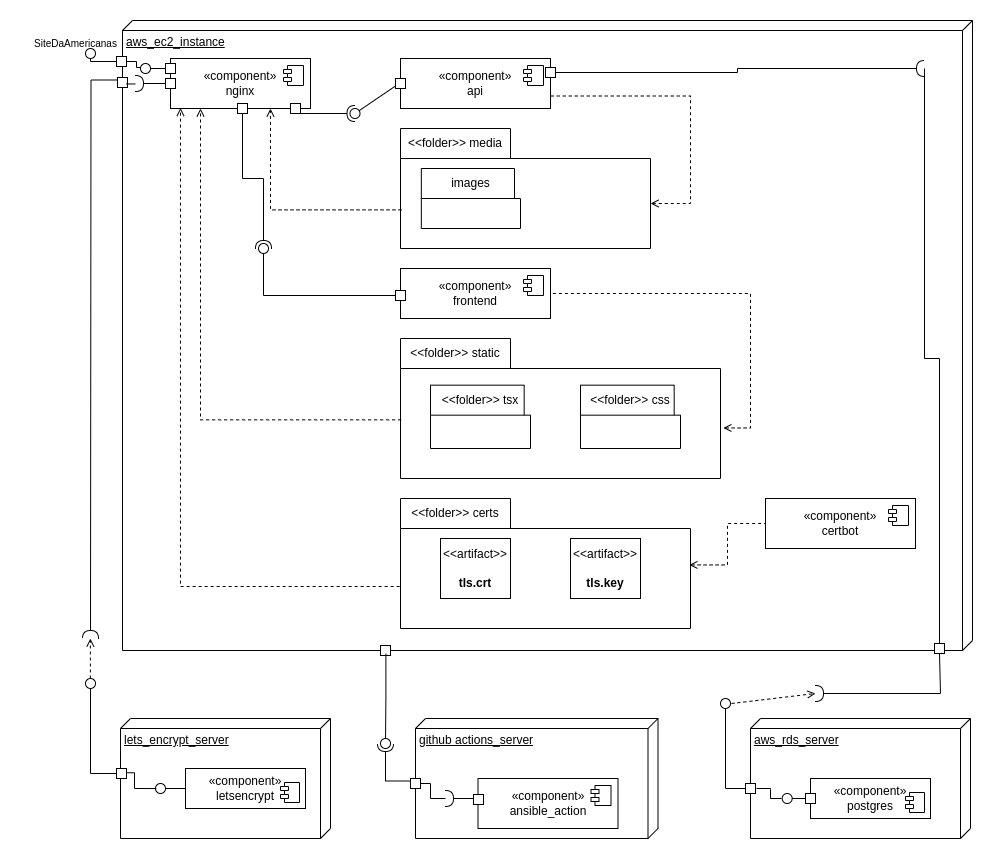
Earlier version of the draw.io export docs/img/diagrama_de_componentes.png (UnBArqDsw2023-2/2023.2_G5_ProjetoAmericanas). Source tidied: cells renumbered, new cells last; positions are measured from the earlier drawing's top-left corner, leaving out a move shared by most shapes.
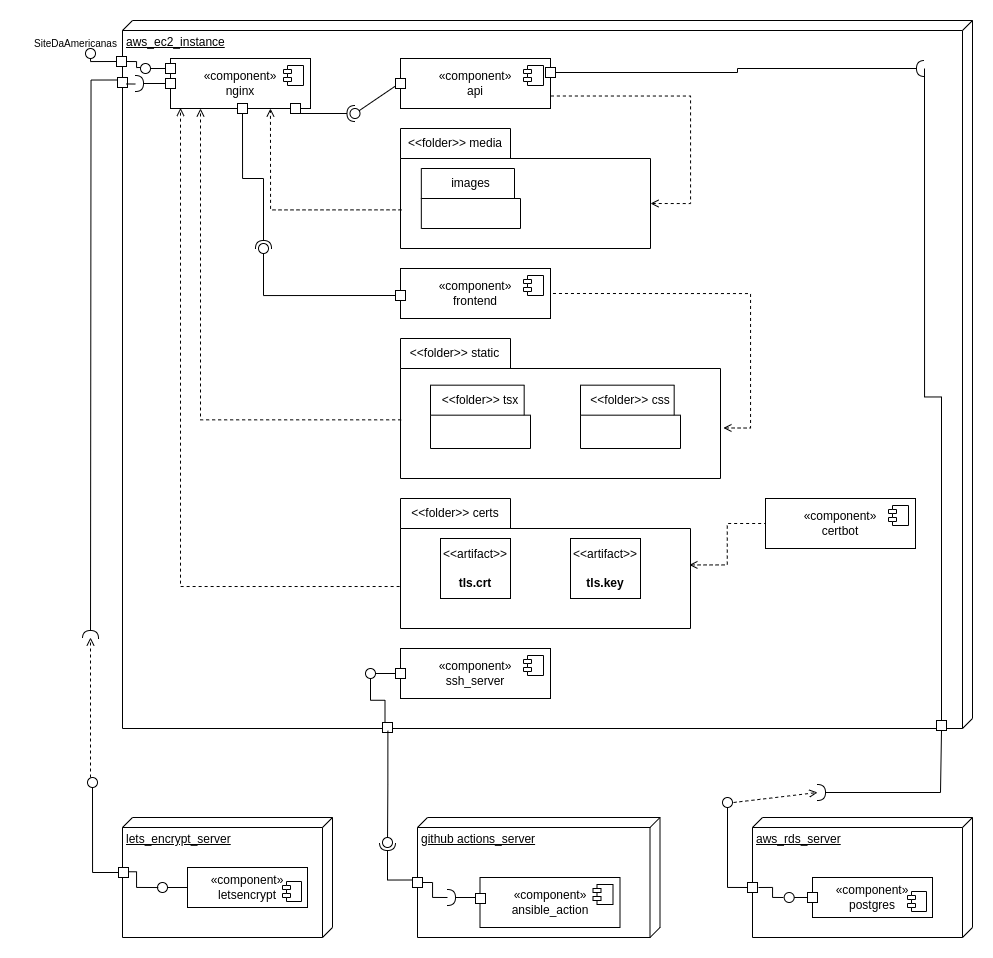
The same file after the commit.

Commit message:
Adicionar servidor SSH ao diagrama de componentes

Change to the diagram source:
```diff
@@ -3,7 +3,7 @@
     <mxCell id="0" />
     <mxCell id="1" parent="0" />
     <mxCell id="2" value="aws_ec2_instance" style="verticalAlign=top;align=left;spacingTop=8;spacingLeft=2;spacingRight=12;shape=cube;size=10;direction=south;fontStyle=4;html=1;whiteSpace=wrap;" parent="1" vertex="1">
-      <mxGeometry x="102" width="850" height="630" as="geometry" />
+      <mxGeometry x="102" width="850" height="708" as="geometry" />
     </mxCell>
     <mxCell id="3" value="«component»&lt;br&gt;nginx" style="html=1;whiteSpace=wrap;" parent="1" vertex="1">
       <mxGeometry x="150" y="38" width="140" height="50" as="geometry" />
@@ -30,10 +30,10 @@
       </mxGeometry>
     </mxCell>
     <mxCell id="9" value="github actions_server" style="verticalAlign=top;align=left;spacingTop=8;spacingLeft=2;spacingRight=12;shape=cube;size=10;direction=south;fontStyle=4;html=1;whiteSpace=wrap;" parent="1" vertex="1">
-      <mxGeometry x="395" y="698" width="242.5" height="120" as="geometry" />
+      <mxGeometry x="397" y="797" width="242.5" height="120" as="geometry" />
     </mxCell>
     <mxCell id="10" value="«component»&lt;br style=&quot;border-color: var(--border-color);&quot;&gt;ansible_action" style="html=1;whiteSpace=wrap;" parent="1" vertex="1">
-      <mxGeometry x="457.5" y="758" width="140" height="50" as="geometry" />
+      <mxGeometry x="459.5" y="857" width="140" height="50" as="geometry" />
     </mxCell>
     <mxCell id="11" style="shape=module;jettyWidth=8;jettyHeight=4;" parent="10" vertex="1">
       <mxGeometry x="1" width="20" height="20" relative="1" as="geometry">
@@ -41,10 +41,10 @@
       </mxGeometry>
     </mxCell>
     <mxCell id="12" value="aws_rds_server" style="verticalAlign=top;align=left;spacingTop=8;spacingLeft=2;spacingRight=12;shape=cube;size=10;direction=south;fontStyle=4;html=1;whiteSpace=wrap;" parent="1" vertex="1">
-      <mxGeometry x="730" y="698" width="220" height="120" as="geometry" />
+      <mxGeometry x="732" y="797" width="220" height="120" as="geometry" />
     </mxCell>
     <mxCell id="13" value="«component»&lt;br&gt;postgres" style="html=1;whiteSpace=wrap;" parent="1" vertex="1">
-      <mxGeometry x="790" y="758" width="120" height="40" as="geometry" />
+      <mxGeometry x="792" y="857" width="120" height="40" as="geometry" />
     </mxCell>
     <mxCell id="14" style="shape=module;jettyWidth=8;jettyHeight=4;" parent="13" vertex="1">
       <mxGeometry x="1" width="19" height="20" relative="1" as="geometry">
@@ -84,10 +84,10 @@
       </mxGeometry>
     </mxCell>
     <mxCell id="23" value="lets_encrypt_server" style="verticalAlign=top;align=left;spacingTop=8;spacingLeft=2;spacingRight=12;shape=cube;size=10;direction=south;fontStyle=4;html=1;whiteSpace=wrap;" parent="1" vertex="1">
-      <mxGeometry x="100" y="698" width="210" height="120" as="geometry" />
+      <mxGeometry x="102" y="797" width="210" height="120" as="geometry" />
     </mxCell>
     <mxCell id="24" value="«component»&lt;br&gt;letsencrypt" style="html=1;whiteSpace=wrap;" parent="1" vertex="1">
-      <mxGeometry x="165" y="748" width="120" height="40" as="geometry" />
+      <mxGeometry x="167" y="847" width="120" height="40" as="geometry" />
     </mxCell>
     <mxCell id="25" style="shape=module;jettyWidth=8;jettyHeight=4;" parent="24" vertex="1">
       <mxGeometry x="1" width="19" height="20" relative="1" as="geometry">
@@ -137,19 +137,19 @@
       <mxGeometry x="375" y="270" width="10" height="10" as="geometry" />
     </mxCell>
     <mxCell id="38" style="whiteSpace=wrap;html=1;" parent="1" vertex="1">
-      <mxGeometry x="96" y="748" width="10" height="10" as="geometry" />
+      <mxGeometry x="98" y="847" width="10" height="10" as="geometry" />
     </mxCell>
     <mxCell id="39" style="whiteSpace=wrap;html=1;" parent="1" vertex="1">
-      <mxGeometry x="725" y="763" width="10" height="10" as="geometry" />
+      <mxGeometry x="727" y="862" width="10" height="10" as="geometry" />
     </mxCell>
     <mxCell id="40" style="whiteSpace=wrap;html=1;" parent="1" vertex="1">
-      <mxGeometry x="390" y="758" width="10" height="10" as="geometry" />
+      <mxGeometry x="392" y="857" width="10" height="10" as="geometry" />
     </mxCell>
     <mxCell id="41" style="whiteSpace=wrap;html=1;" parent="1" vertex="1">
       <mxGeometry x="145" y="58" width="10" height="10" as="geometry" />
     </mxCell>
     <mxCell id="42" style="whiteSpace=wrap;html=1;" parent="1" vertex="1">
-      <mxGeometry x="914" y="623" width="10" height="10" as="geometry" />
+      <mxGeometry x="916" y="700" width="10" height="10" as="geometry" />
     </mxCell>
     <mxCell id="43" style="rounded=0;jettySize=auto;html=1;endArrow=halfCircle;endFill=0;endSize=6;strokeWidth=1;sketch=0;exitX=0.75;exitY=1;exitDx=0;exitDy=0;" parent="1" edge="1" source="34" target="45">
       <mxGeometry relative="1" as="geometry" />
@@ -197,19 +197,19 @@
       <mxGeometry relative="1" as="geometry" />
     </mxCell>
     <mxCell id="58" style="ellipse;whiteSpace=wrap;html=1;align=center;fillColor=none;strokeColor=none;perimeter=centerPerimeter;points=[];outlineConnect=1;" parent="1" vertex="1">
-      <mxGeometry x="700" y="678" width="10" height="10" as="geometry" />
+      <mxGeometry x="702" y="777" width="10" height="10" as="geometry" />
     </mxCell>
     <mxCell id="59" style="whiteSpace=wrap;html=1;" parent="1" vertex="1">
-      <mxGeometry x="785" y="773" width="10" height="10" as="geometry" />
+      <mxGeometry x="787" y="872" width="10" height="10" as="geometry" />
     </mxCell>
     <mxCell id="60" style="rounded=0;jettySize=auto;html=1;endArrow=oval;endFill=0;sketch=0;sourcePerimeterSpacing=0;targetPerimeterSpacing=0;endSize=10;exitX=0;exitY=0.5;exitDx=0;exitDy=0;" parent="1" edge="1" source="59" target="61">
       <mxGeometry relative="1" as="geometry" />
     </mxCell>
     <mxCell id="61" style="ellipse;whiteSpace=wrap;html=1;align=center;fillColor=none;strokeColor=none;perimeter=centerPerimeter;points=[];outlineConnect=1;" parent="1" vertex="1">
-      <mxGeometry x="761.7" y="773" width="10" height="10" as="geometry" />
+      <mxGeometry x="763.7" y="872" width="10" height="10" as="geometry" />
     </mxCell>
     <mxCell id="62" style="whiteSpace=wrap;html=1;" parent="1" vertex="1">
-      <mxGeometry x="360" y="625" width="10" height="10" as="geometry" />
+      <mxGeometry x="362" y="702" width="10" height="10" as="geometry" />
     </mxCell>
     <mxCell id="63" style="rounded=0;jettySize=auto;html=1;endArrow=halfCircle;endFill=0;endSize=6;strokeWidth=1;sketch=0;exitX=0;exitY=0.25;exitDx=0;exitDy=0;edgeStyle=orthogonalEdgeStyle;" parent="1" edge="1" source="40" target="65">
       <mxGeometry relative="1" as="geometry" />
@@ -218,16 +218,16 @@
       <mxGeometry relative="1" as="geometry" />
     </mxCell>
     <mxCell id="65" style="ellipse;whiteSpace=wrap;html=1;align=center;fillColor=none;strokeColor=none;perimeter=centerPerimeter;points=[];outlineConnect=1;" parent="1" vertex="1">
-      <mxGeometry x="360" y="718" width="10" height="10" as="geometry" />
+      <mxGeometry x="362" y="817" width="10" height="10" as="geometry" />
     </mxCell>
     <mxCell id="66" style="ellipse;whiteSpace=wrap;html=1;align=center;fillColor=none;strokeColor=none;perimeter=centerPerimeter;points=[];outlineConnect=1;" parent="1" vertex="1">
-      <mxGeometry x="420" y="773" width="10" height="10" as="geometry" />
+      <mxGeometry x="422" y="872" width="10" height="10" as="geometry" />
     </mxCell>
     <mxCell id="67" style="endArrow=none;html=1;rounded=0;exitX=1;exitY=0.5;exitDx=0;exitDy=0;entryX=0.286;entryY=0.347;entryDx=0;entryDy=0;entryPerimeter=0;edgeStyle=orthogonalEdgeStyle;" parent="1" edge="1" source="40" target="66">
       <mxGeometry relative="1" as="geometry">
         <Array as="points">
-          <mxPoint x="410" y="763" />
-          <mxPoint x="410" y="778" />
+          <mxPoint x="412" y="862" />
+          <mxPoint x="412" y="877" />
         </Array>
       </mxGeometry>
     </mxCell>
@@ -235,15 +235,15 @@
       <mxGeometry relative="1" as="geometry" />
     </mxCell>
     <mxCell id="69" style="ellipse;whiteSpace=wrap;html=1;align=center;fillColor=none;strokeColor=none;perimeter=centerPerimeter;points=[];outlineConnect=1;" parent="1" vertex="1">
-      <mxGeometry x="135" y="763" width="10" height="10" as="geometry" />
+      <mxGeometry x="137" y="862" width="10" height="10" as="geometry" />
     </mxCell>
     <mxCell id="70" style="endArrow=none;html=1;rounded=0;entryX=1;entryY=0.5;entryDx=0;entryDy=0;edgeStyle=orthogonalEdgeStyle;exitX=0.717;exitY=1.001;exitDx=0;exitDy=0;exitPerimeter=0;" parent="1" edge="1">
       <mxGeometry relative="1" as="geometry">
-        <mxPoint x="135.8" y="768" as="sourcePoint" />
-        <mxPoint x="106" y="752.3" as="targetPoint" />
+        <mxPoint x="137.8" y="867" as="sourcePoint" />
+        <mxPoint x="108" y="851.3" as="targetPoint" />
         <Array as="points">
-          <mxPoint x="114" y="768" />
-          <mxPoint x="114" y="752" />
+          <mxPoint x="116" y="867" />
+          <mxPoint x="116" y="851" />
         </Array>
       </mxGeometry>
     </mxCell>
@@ -256,7 +256,7 @@
       <mxGeometry relative="1" as="geometry" />
     </mxCell>
     <mxCell id="73" style="ellipse;whiteSpace=wrap;html=1;align=center;fillColor=none;strokeColor=none;perimeter=centerPerimeter;points=[];outlineConnect=1;" parent="1" vertex="1">
-      <mxGeometry x="65" y="658" width="10" height="10" as="geometry" />
+      <mxGeometry x="67" y="757" width="10" height="10" as="geometry" />
     </mxCell>
     <mxCell id="74" style="rounded=0;jettySize=auto;html=1;endArrow=halfCircle;endFill=0;endSize=6;strokeWidth=1;sketch=0;fontSize=12;exitX=0;exitY=0.5;exitDx=0;exitDy=0;edgeStyle=orthogonalEdgeStyle;" parent="1" edge="1" source="41" target="75">
       <mxGeometry relative="1" as="geometry" />
@@ -271,15 +271,15 @@
       <mxGeometry relative="1" as="geometry" />
     </mxCell>
     <mxCell id="78" style="whiteSpace=wrap;html=1;" parent="1" vertex="1">
-      <mxGeometry x="453" y="774" width="10" height="10" as="geometry" />
+      <mxGeometry x="455" y="873" width="10" height="10" as="geometry" />
     </mxCell>
     <mxCell id="79" style="rounded=0;jettySize=auto;html=1;endArrow=halfCircle;endFill=0;endSize=6;strokeWidth=1;sketch=0;fontSize=12;curved=1;" parent="1" edge="1" target="66">
       <mxGeometry relative="1" as="geometry">
-        <mxPoint x="453" y="778" as="sourcePoint" />
+        <mxPoint x="455" y="877" as="sourcePoint" />
       </mxGeometry>
     </mxCell>
     <mxCell id="80" style="ellipse;whiteSpace=wrap;html=1;align=center;fillColor=none;strokeColor=none;perimeter=centerPerimeter;" parent="1" vertex="1">
-      <mxGeometry x="428" y="773" width="10" height="10" as="geometry" />
+      <mxGeometry x="430" y="872" width="10" height="10" as="geometry" />
     </mxCell>
     <mxCell id="81" style="whiteSpace=wrap;html=1;" parent="1" vertex="1">
       <mxGeometry x="145" y="43" width="10" height="10" as="geometry" />
@@ -314,34 +314,34 @@
     </mxCell>
     <mxCell id="89" style="endArrow=none;html=1;rounded=0;exitX=1;exitY=0.5;exitDx=0;exitDy=0;edgeStyle=orthogonalEdgeStyle;" parent="1" edge="1">
       <mxGeometry relative="1" as="geometry">
-        <mxPoint x="736" y="768" as="sourcePoint" />
-        <mxPoint x="761" y="778" as="targetPoint" />
+        <mxPoint x="738" y="867" as="sourcePoint" />
+        <mxPoint x="763" y="877" as="targetPoint" />
         <Array as="points">
-          <mxPoint x="750" y="769" />
-          <mxPoint x="750" y="778" />
-          <mxPoint x="762" y="778" />
+          <mxPoint x="752" y="868" />
+          <mxPoint x="752" y="877" />
+          <mxPoint x="764" y="877" />
         </Array>
       </mxGeometry>
     </mxCell>
     <mxCell id="90" style="rounded=0;jettySize=auto;html=1;endArrow=halfCircle;endFill=0;endSize=6;strokeWidth=1;sketch=0;fontSize=12;exitX=0.5;exitY=1;exitDx=0;exitDy=0;edgeStyle=elbowEdgeStyle;" parent="1" edge="1" source="42" target="91">
       <mxGeometry relative="1" as="geometry">
         <Array as="points">
-          <mxPoint x="920" y="648" />
+          <mxPoint x="920" y="768" />
         </Array>
       </mxGeometry>
     </mxCell>
     <mxCell id="91" style="ellipse;whiteSpace=wrap;html=1;align=center;fillColor=none;strokeColor=none;perimeter=centerPerimeter;points=[];outlineConnect=1;" parent="1" vertex="1">
-      <mxGeometry x="790" y="668" width="10" height="10" as="geometry" />
+      <mxGeometry x="792" y="767" width="10" height="10" as="geometry" />
     </mxCell>
     <mxCell id="92" style="endArrow=open;dashed=1;html=1;rounded=0;exitX=1;exitY=0;exitDx=0;exitDy=0;exitPerimeter=0;entryX=0.731;entryY=0.7;entryDx=0;entryDy=0;entryPerimeter=0;endFill=0;" parent="1" edge="1" target="91">
       <mxGeometry relative="1" as="geometry">
-        <mxPoint x="711" y="683" as="sourcePoint" />
+        <mxPoint x="713" y="782" as="sourcePoint" />
       </mxGeometry>
     </mxCell>
     <mxCell id="93" style="endArrow=open;dashed=1;html=1;rounded=0;endFill=0;" parent="1" edge="1">
       <mxGeometry relative="1" as="geometry">
-        <mxPoint x="69.9" y="658" as="sourcePoint" />
-        <mxPoint x="69.9" y="618" as="targetPoint" />
+        <mxPoint x="70" y="757" as="sourcePoint" />
+        <mxPoint x="70" y="617" as="targetPoint" />
       </mxGeometry>
     </mxCell>
     <mxCell id="94" style="endArrow=open;dashed=1;html=1;rounded=0;entryX=0.073;entryY=0.988;entryDx=0;entryDy=0;entryPerimeter=0;exitX=-0.003;exitY=0.677;exitDx=0;exitDy=0;exitPerimeter=0;edgeStyle=elbowEdgeStyle;endFill=0;" parent="1" edge="1" source="30" target="3">
@@ -380,5 +380,29 @@
         </Array>
       </mxGeometry>
     </mxCell>
+    <mxCell id="100" value="«component»&lt;br style=&quot;border-color: var(--border-color);&quot;&gt;ssh_server" style="html=1;whiteSpace=wrap;" parent="1" vertex="1">
+      <mxGeometry x="380" y="628" width="150" height="50" as="geometry" />
+    </mxCell>
+    <mxCell id="101" style="shape=module;jettyWidth=8;jettyHeight=4;" parent="100" vertex="1">
+      <mxGeometry x="1" width="20" height="20" relative="1" as="geometry">
+        <mxPoint x="-27" y="7" as="offset" />
+      </mxGeometry>
+    </mxCell>
+    <mxCell id="102" style="whiteSpace=wrap;html=1;" parent="1" vertex="1">
+      <mxGeometry x="375" y="648" width="10" height="10" as="geometry" />
+    </mxCell>
+    <mxCell id="103" style="rounded=0;jettySize=auto;html=1;endArrow=oval;endFill=0;sketch=0;sourcePerimeterSpacing=0;targetPerimeterSpacing=0;endSize=10;exitX=0;exitY=0.5;exitDx=0;exitDy=0;" parent="1" edge="1" source="102">
+      <mxGeometry relative="1" as="geometry">
+        <mxPoint x="350" y="653" as="targetPoint" />
+      </mxGeometry>
+    </mxCell>
+    <mxCell id="104" style="ellipse;whiteSpace=wrap;html=1;align=center;fillColor=none;strokeColor=none;perimeter=centerPerimeter;" parent="1" vertex="1">
+      <mxGeometry x="327" y="648" width="10" height="10" as="geometry" />
+    </mxCell>
+    <mxCell id="105" style="endArrow=none;html=1;rounded=0;exitX=0.25;exitY=0;exitDx=0;exitDy=0;edgeStyle=elbowEdgeStyle;elbow=vertical;" parent="1" edge="1" source="62">
+      <mxGeometry relative="1" as="geometry">
+        <mxPoint x="350" y="658" as="targetPoint" />
+      </mxGeometry>
+    </mxCell>
   </root>
 </mxGraphModel>
```
